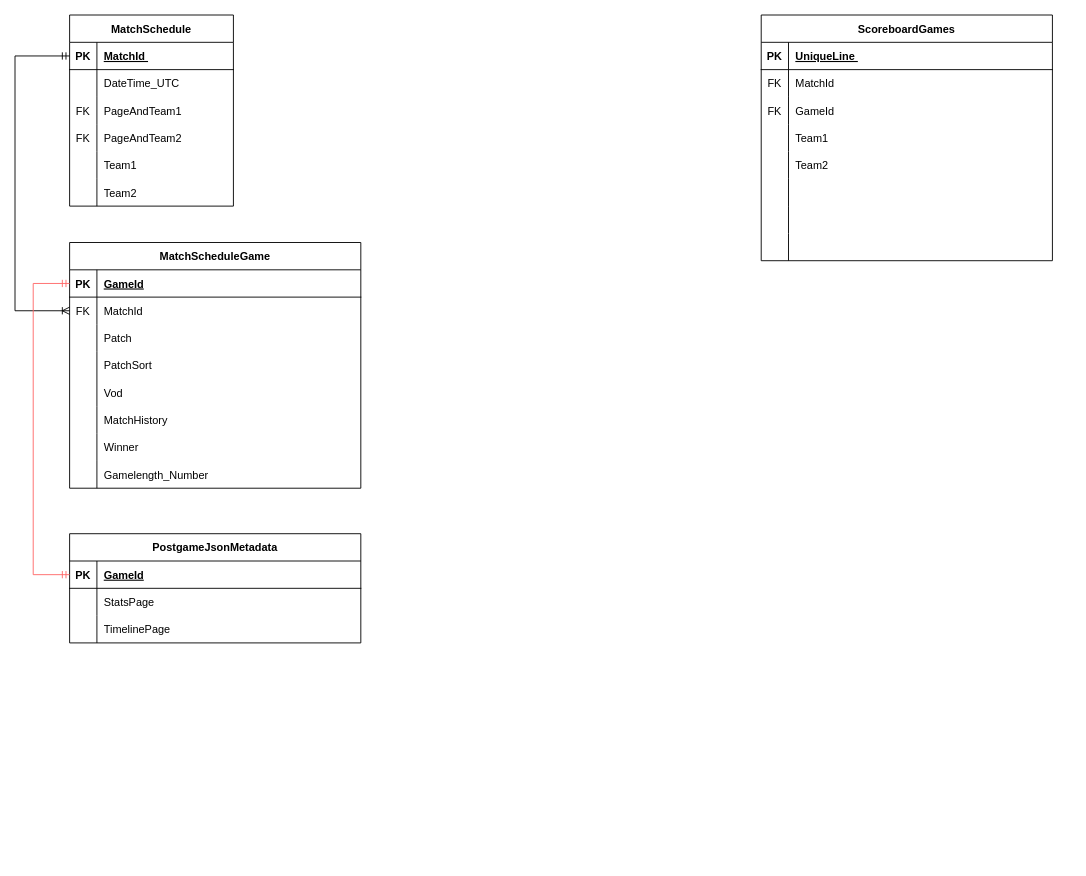
Earlier version of the draw.io diagram Untitled Diagram.drawio (EderReisS/API_LoL). Source tidied: cells renumbered, new cells numbered last; positions are measured from the earlier drawing's top-left corner, leaving out a move shared by most shapes. Both pictures are drawn from the tidied source at 91%, with x=0, y=0 at pixel (15, 15).
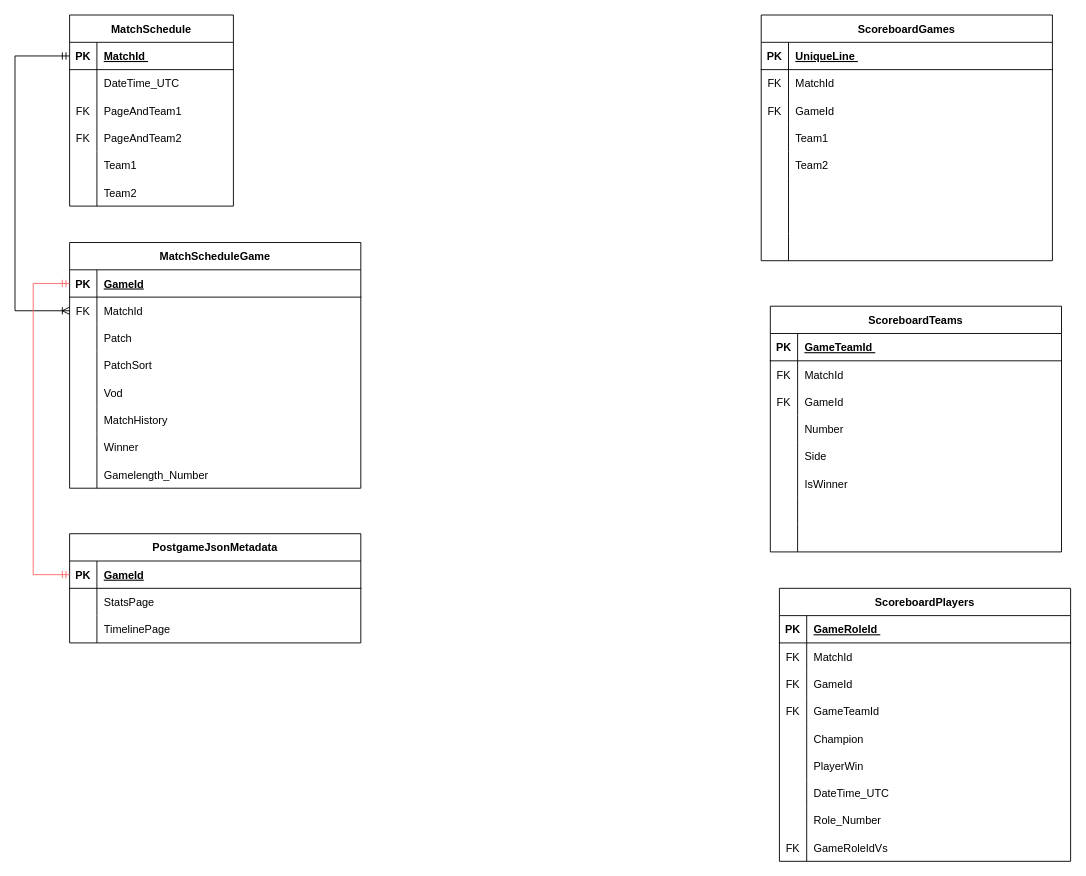
After the change.

Commit message:
Montagem das tabelas ok

Change to the diagram source:
```diff
@@
+    <mxCell id="83" value="ScoreboardTeams" style="shape=table;startSize=30;childLayout=tableLayout;rowLines=0;fontStyle=1;align=center;" parent="1" vertex="1">
+      <mxGeometry x="830" y="320" width="320" height="270" as="geometry" />
+    </mxCell>
+    <mxCell id="84" style="shape=tableRow;horizontal=0;startSize=0;swimlaneHead=0;swimlaneBody=0;fillColor=none;top=0;left=0;right=0;bottom=1;" parent="83" vertex="1">
+      <mxGeometry y="30" width="320" height="30" as="geometry" />
+    </mxCell>
+    <mxCell id="85" value="PK" style="shape=partialRectangle;fillColor=none;top=0;left=0;bottom=0;right=0;fontStyle=1;overflow=hidden;" parent="84" vertex="1">
+      <mxGeometry width="30" height="30" as="geometry" />
+    </mxCell>
+    <mxCell id="86" value="GameTeamId " style="shape=partialRectangle;fillColor=none;top=0;left=0;bottom=0;right=0;align=left;spacingLeft=6;fontStyle=5;overflow=hidden;" parent="84" vertex="1">
+      <mxGeometry x="30" width="290" height="30" as="geometry" />
+    </mxCell>
+    <mxCell id="87" style="shape=tableRow;horizontal=0;startSize=0;swimlaneHead=0;swimlaneBody=0;fillColor=none;top=0;left=0;right=0;bottom=0;" parent="83" vertex="1">
+      <mxGeometry y="60" width="320" height="30" as="geometry" />
+    </mxCell>
+    <mxCell id="88" value="FK" style="shape=partialRectangle;fillColor=none;top=0;left=0;bottom=0;right=0;overflow=hidden;" parent="87" vertex="1">
+      <mxGeometry width="30" height="30" as="geometry" />
+    </mxCell>
+    <mxCell id="89" value="MatchId" style="shape=partialRectangle;fillColor=none;top=0;left=0;bottom=0;right=0;align=left;spacingLeft=6;overflow=hidden;" parent="87" vertex="1">
+      <mxGeometry x="30" width="290" height="30" as="geometry" />
+    </mxCell>
+    <mxCell id="90" style="shape=tableRow;horizontal=0;startSize=0;swimlaneHead=0;swimlaneBody=0;fillColor=none;top=0;left=0;right=0;bottom=0;" parent="83" vertex="1">
+      <mxGeometry y="90" width="320" height="30" as="geometry" />
+    </mxCell>
+    <mxCell id="91" value="FK" style="shape=partialRectangle;fillColor=none;top=0;left=0;bottom=0;right=0;overflow=hidden;" parent="90" vertex="1">
+      <mxGeometry width="30" height="30" as="geometry" />
+    </mxCell>
+    <mxCell id="92" value="GameId " style="shape=partialRectangle;fillColor=none;top=0;left=0;bottom=0;right=0;align=left;spacingLeft=6;overflow=hidden;" parent="90" vertex="1">
+      <mxGeometry x="30" width="290" height="30" as="geometry" />
+    </mxCell>
+    <mxCell id="93" style="shape=tableRow;horizontal=0;startSize=0;swimlaneHead=0;swimlaneBody=0;fillColor=none;top=0;left=0;right=0;bottom=0;" parent="83" vertex="1">
+      <mxGeometry y="120" width="320" height="30" as="geometry" />
+    </mxCell>
+    <mxCell id="94" style="shape=partialRectangle;fillColor=none;top=0;left=0;bottom=0;right=0;overflow=hidden;" parent="93" vertex="1">
+      <mxGeometry width="30" height="30" as="geometry" />
+    </mxCell>
+    <mxCell id="95" value="Number" style="shape=partialRectangle;fillColor=none;top=0;left=0;bottom=0;right=0;align=left;spacingLeft=6;overflow=hidden;" parent="93" vertex="1">
+      <mxGeometry x="30" width="290" height="30" as="geometry" />
+    </mxCell>
+    <mxCell id="96" style="shape=tableRow;horizontal=0;startSize=0;swimlaneHead=0;swimlaneBody=0;fillColor=none;top=0;left=0;right=0;bottom=0;" parent="83" vertex="1">
+      <mxGeometry y="150" width="320" height="30" as="geometry" />
+    </mxCell>
+    <mxCell id="97" style="shape=partialRectangle;fillColor=none;top=0;left=0;bottom=0;right=0;overflow=hidden;" parent="96" vertex="1">
+      <mxGeometry width="30" height="30" as="geometry" />
+    </mxCell>
+    <mxCell id="98" value="Side" style="shape=partialRectangle;fillColor=none;top=0;left=0;bottom=0;right=0;align=left;spacingLeft=6;overflow=hidden;" parent="96" vertex="1">
+      <mxGeometry x="30" width="290" height="30" as="geometry" />
+    </mxCell>
+    <mxCell id="99" style="shape=tableRow;horizontal=0;startSize=0;swimlaneHead=0;swimlaneBody=0;fillColor=none;top=0;left=0;right=0;bottom=0;" parent="83" vertex="1">
+      <mxGeometry y="180" width="320" height="30" as="geometry" />
+    </mxCell>
+    <mxCell id="100" style="shape=partialRectangle;fillColor=none;top=0;left=0;bottom=0;right=0;overflow=hidden;" parent="99" vertex="1">
+      <mxGeometry width="30" height="30" as="geometry" />
+    </mxCell>
+    <mxCell id="101" value="IsWinner" style="shape=partialRectangle;fillColor=none;top=0;left=0;bottom=0;right=0;align=left;spacingLeft=6;overflow=hidden;" parent="99" vertex="1">
+      <mxGeometry x="30" width="290" height="30" as="geometry" />
+    </mxCell>
+    <mxCell id="102" style="shape=tableRow;horizontal=0;startSize=0;swimlaneHead=0;swimlaneBody=0;fillColor=none;top=0;left=0;right=0;bottom=0;" parent="83" vertex="1">
+      <mxGeometry y="210" width="320" height="30" as="geometry" />
+    </mxCell>
+    <mxCell id="103" style="shape=partialRectangle;fillColor=none;top=0;left=0;bottom=0;right=0;overflow=hidden;" parent="102" vertex="1">
+      <mxGeometry width="30" height="30" as="geometry" />
+    </mxCell>
+    <mxCell id="104" style="shape=partialRectangle;fillColor=none;top=0;left=0;bottom=0;right=0;align=left;spacingLeft=6;overflow=hidden;" parent="102" vertex="1">
+      <mxGeometry x="30" width="290" height="30" as="geometry" />
+    </mxCell>
+    <mxCell id="105" style="shape=tableRow;horizontal=0;startSize=0;swimlaneHead=0;swimlaneBody=0;fillColor=none;top=0;left=0;right=0;bottom=0;" parent="83" vertex="1">
+      <mxGeometry y="240" width="320" height="30" as="geometry" />
+    </mxCell>
+    <mxCell id="106" style="shape=partialRectangle;fillColor=none;top=0;left=0;bottom=0;right=0;overflow=hidden;" parent="105" vertex="1">
+      <mxGeometry width="30" height="30" as="geometry" />
+    </mxCell>
+    <mxCell id="107" style="shape=partialRectangle;fillColor=none;top=0;left=0;bottom=0;right=0;align=left;spacingLeft=6;overflow=hidden;" parent="105" vertex="1">
+      <mxGeometry x="30" width="290" height="30" as="geometry" />
+    </mxCell>
+    <mxCell id="108" value="ScoreboardPlayers" style="shape=table;startSize=30;childLayout=tableLayout;rowLines=0;fontStyle=1;align=center;" parent="1" vertex="1">
+      <mxGeometry x="840" y="630" width="320" height="300" as="geometry" />
+    </mxCell>
+    <mxCell id="109" style="shape=tableRow;horizontal=0;startSize=0;swimlaneHead=0;swimlaneBody=0;fillColor=none;top=0;left=0;right=0;bottom=1;" parent="108" vertex="1">
+      <mxGeometry y="30" width="320" height="30" as="geometry" />
+    </mxCell>
+    <mxCell id="110" value="PK" style="shape=partialRectangle;fillColor=none;top=0;left=0;bottom=0;right=0;fontStyle=1;overflow=hidden;" parent="109" vertex="1">
+      <mxGeometry width="30" height="30" as="geometry" />
+    </mxCell>
+    <mxCell id="111" value="GameRoleId " style="shape=partialRectangle;fillColor=none;top=0;left=0;bottom=0;right=0;align=left;spacingLeft=6;fontStyle=5;overflow=hidden;" parent="109" vertex="1">
+      <mxGeometry x="30" width="290" height="30" as="geometry" />
+    </mxCell>
+    <mxCell id="112" style="shape=tableRow;horizontal=0;startSize=0;swimlaneHead=0;swimlaneBody=0;fillColor=none;top=0;left=0;right=0;bottom=0;" parent="108" vertex="1">
+      <mxGeometry y="60" width="320" height="30" as="geometry" />
+    </mxCell>
+    <mxCell id="113" value="FK" style="shape=partialRectangle;fillColor=none;top=0;left=0;bottom=0;right=0;overflow=hidden;" parent="112" vertex="1">
+      <mxGeometry width="30" height="30" as="geometry" />
+    </mxCell>
+    <mxCell id="114" value="MatchId" style="shape=partialRectangle;fillColor=none;top=0;left=0;bottom=0;right=0;align=left;spacingLeft=6;overflow=hidden;" parent="112" vertex="1">
+      <mxGeometry x="30" width="290" height="30" as="geometry" />
+    </mxCell>
+    <mxCell id="115" style="shape=tableRow;horizontal=0;startSize=0;swimlaneHead=0;swimlaneBody=0;fillColor=none;top=0;left=0;right=0;bottom=0;" parent="108" vertex="1">
+      <mxGeometry y="90" width="320" height="30" as="geometry" />
+    </mxCell>
+    <mxCell id="116" value="FK" style="shape=partialRectangle;fillColor=none;top=0;left=0;bottom=0;right=0;overflow=hidden;" parent="115" vertex="1">
+      <mxGeometry width="30" height="30" as="geometry" />
+    </mxCell>
+    <mxCell id="117" value="GameId " style="shape=partialRectangle;fillColor=none;top=0;left=0;bottom=0;right=0;align=left;spacingLeft=6;overflow=hidden;" parent="115" vertex="1">
+      <mxGeometry x="30" width="290" height="30" as="geometry" />
+    </mxCell>
+    <mxCell id="118" style="shape=tableRow;horizontal=0;startSize=0;swimlaneHead=0;swimlaneBody=0;fillColor=none;top=0;left=0;right=0;bottom=0;" parent="108" vertex="1">
+      <mxGeometry y="120" width="320" height="30" as="geometry" />
+    </mxCell>
+    <mxCell id="119" value="FK" style="shape=partialRectangle;fillColor=none;top=0;left=0;bottom=0;right=0;overflow=hidden;" parent="118" vertex="1">
+      <mxGeometry width="30" height="30" as="geometry" />
+    </mxCell>
+    <mxCell id="120" value="GameTeamId " style="shape=partialRectangle;fillColor=none;top=0;left=0;bottom=0;right=0;align=left;spacingLeft=6;overflow=hidden;" parent="118" vertex="1">
+      <mxGeometry x="30" width="290" height="30" as="geometry" />
+    </mxCell>
+    <mxCell id="121" style="shape=tableRow;horizontal=0;startSize=0;swimlaneHead=0;swimlaneBody=0;fillColor=none;top=0;left=0;right=0;bottom=0;" parent="108" vertex="1">
+      <mxGeometry y="150" width="320" height="30" as="geometry" />
+    </mxCell>
+    <mxCell id="122" style="shape=partialRectangle;fillColor=none;top=0;left=0;bottom=0;right=0;overflow=hidden;" parent="121" vertex="1">
+      <mxGeometry width="30" height="30" as="geometry" />
+    </mxCell>
+    <mxCell id="123" value="Champion" style="shape=partialRectangle;fillColor=none;top=0;left=0;bottom=0;right=0;align=left;spacingLeft=6;overflow=hidden;" parent="121" vertex="1">
+      <mxGeometry x="30" width="290" height="30" as="geometry" />
+    </mxCell>
+    <mxCell id="124" style="shape=tableRow;horizontal=0;startSize=0;swimlaneHead=0;swimlaneBody=0;fillColor=none;top=0;left=0;right=0;bottom=0;" parent="108" vertex="1">
+      <mxGeometry y="180" width="320" height="30" as="geometry" />
+    </mxCell>
+    <mxCell id="125" style="shape=partialRectangle;fillColor=none;top=0;left=0;bottom=0;right=0;overflow=hidden;" parent="124" vertex="1">
+      <mxGeometry width="30" height="30" as="geometry" />
+    </mxCell>
+    <mxCell id="126" value="PlayerWin" style="shape=partialRectangle;fillColor=none;top=0;left=0;bottom=0;right=0;align=left;spacingLeft=6;overflow=hidden;" parent="124" vertex="1">
+      <mxGeometry x="30" width="290" height="30" as="geometry" />
+    </mxCell>
+    <mxCell id="127" style="shape=tableRow;horizontal=0;startSize=0;swimlaneHead=0;swimlaneBody=0;fillColor=none;top=0;left=0;right=0;bottom=0;" parent="108" vertex="1">
+      <mxGeometry y="210" width="320" height="30" as="geometry" />
+    </mxCell>
+    <mxCell id="128" style="shape=partialRectangle;fillColor=none;top=0;left=0;bottom=0;right=0;overflow=hidden;" parent="127" vertex="1">
+      <mxGeometry width="30" height="30" as="geometry" />
+    </mxCell>
+    <mxCell id="129" value="DateTime_UTC " style="shape=partialRectangle;fillColor=none;top=0;left=0;bottom=0;right=0;align=left;spacingLeft=6;overflow=hidden;" parent="127" vertex="1">
+      <mxGeometry x="30" width="290" height="30" as="geometry" />
+    </mxCell>
+    <mxCell id="130" style="shape=tableRow;horizontal=0;startSize=0;swimlaneHead=0;swimlaneBody=0;fillColor=none;top=0;left=0;right=0;bottom=0;" parent="108" vertex="1">
+      <mxGeometry y="240" width="320" height="30" as="geometry" />
+    </mxCell>
+    <mxCell id="131" style="shape=partialRectangle;fillColor=none;top=0;left=0;bottom=0;right=0;overflow=hidden;" parent="130" vertex="1">
+      <mxGeometry width="30" height="30" as="geometry" />
+    </mxCell>
+    <mxCell id="132" value="Role_Number " style="shape=partialRectangle;fillColor=none;top=0;left=0;bottom=0;right=0;align=left;spacingLeft=6;overflow=hidden;" parent="130" vertex="1">
+      <mxGeometry x="30" width="290" height="30" as="geometry" />
+    </mxCell>
+    <mxCell id="133" style="shape=tableRow;horizontal=0;startSize=0;swimlaneHead=0;swimlaneBody=0;fillColor=none;top=0;left=0;right=0;bottom=0;" parent="108" vertex="1">
+      <mxGeometry y="270" width="320" height="30" as="geometry" />
+    </mxCell>
+    <mxCell id="134" value="FK" style="shape=partialRectangle;fillColor=none;top=0;left=0;bottom=0;right=0;overflow=hidden;" parent="133" vertex="1">
+      <mxGeometry width="30" height="30" as="geometry" />
+    </mxCell>
+    <mxCell id="135" value="GameRoleIdVs " style="shape=partialRectangle;fillColor=none;top=0;left=0;bottom=0;right=0;align=left;spacingLeft=6;overflow=hidden;" parent="133" vertex="1">
+      <mxGeometry x="30" width="290" height="30" as="geometry" />
+    </mxCell>
```
